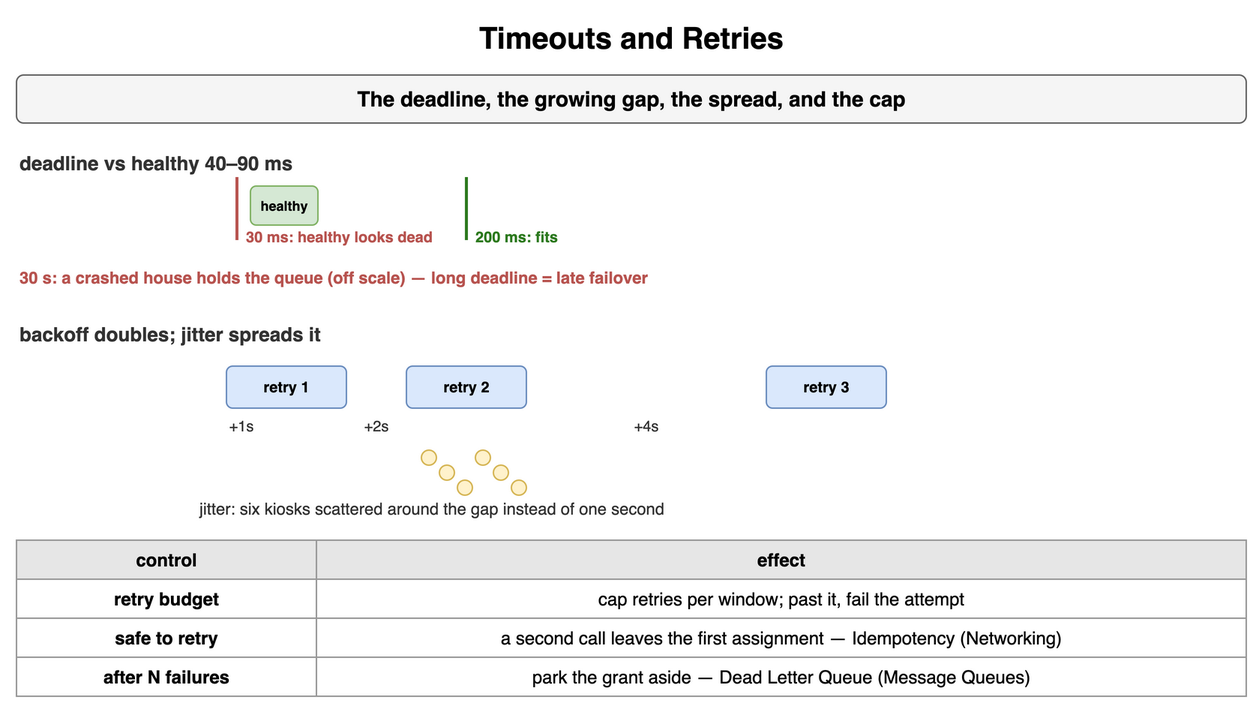
This is content/09_System_Design_Interview/15_Distributed_System_Failure_Modes/diagrams/failure-modes-3-timeouts-and-retries.png from amendez13/swe-study-guide, a draw.io export, as it was before one commit. Source tidied: cells renumbered, new cells last; positions are measured from the earlier drawing's top-left corner, leaving out a move shared by most shapes. Source of this version:
```xml
<mxGraphModel>
  <root>
    <mxCell id="0" />
    <mxCell id="1" parent="0" />
    <mxCell id="2" value="Timeouts and Retries" style="text;html=1;align=center;verticalAlign=middle;whiteSpace=wrap;fontSize=20;fontStyle=1;" parent="1" vertex="1">
      <mxGeometry width="820" height="30" as="geometry" />
    </mxCell>
    <mxCell id="3" value="The deadline, the growing gap, the spread, and the cap" style="rounded=1;whiteSpace=wrap;html=1;fillColor=#f5f5f5;strokeColor=#666666;fontStyle=1;fontSize=14;" parent="1" vertex="1">
      <mxGeometry y="40" width="820" height="32" as="geometry" />
    </mxCell>
    <mxCell id="4" value="deadline vs healthy 40–90 ms" style="text;html=1;whiteSpace=wrap;fontSize=11;align=left;verticalAlign=middle;fontSize=13;fontColor=#333333;fontStyle=1;" parent="1" vertex="1">
      <mxGeometry y="90" width="400" height="18" as="geometry" />
    </mxCell>
    <mxCell id="5" value="healthy" style="rounded=1;whiteSpace=wrap;html=1;fillColor=#d5e8d4;strokeColor=#82b366;fontSize=9;align=center;fontStyle=1;" parent="1" vertex="1">
      <mxGeometry x="156" y="114" width="45" height="26" as="geometry" />
    </mxCell>
    <mxCell id="6" style="endArrow=none;html=1;strokeColor=#b85450;strokeWidth=2;" parent="1" edge="1">
      <mxGeometry relative="1" as="geometry">
        <mxPoint x="147" y="108" as="sourcePoint" />
        <mxPoint x="147" y="150" as="targetPoint" />
      </mxGeometry>
    </mxCell>
    <mxCell id="7" value="30 ms: healthy looks dead" style="text;html=1;whiteSpace=wrap;fontSize=11;align=left;verticalAlign=middle;fontSize=10;fontColor=#b85450;fontStyle=1;" parent="1" vertex="1">
      <mxGeometry x="151" y="140" width="200" height="16" as="geometry" />
    </mxCell>
    <mxCell id="8" style="endArrow=none;html=1;strokeColor=#2d7a1f;strokeWidth=2;" parent="1" edge="1">
      <mxGeometry relative="1" as="geometry">
        <mxPoint x="300" y="108" as="sourcePoint" />
        <mxPoint x="300" y="150" as="targetPoint" />
      </mxGeometry>
    </mxCell>
    <mxCell id="9" value="200 ms: fits" style="text;html=1;whiteSpace=wrap;fontSize=11;align=left;verticalAlign=middle;fontSize=10;fontColor=#2d7a1f;fontStyle=1;" parent="1" vertex="1">
      <mxGeometry x="304" y="140" width="200" height="16" as="geometry" />
    </mxCell>
    <mxCell id="10" value="30 s: a crashed house holds the queue (off scale) — long deadline = late failover" style="text;html=1;whiteSpace=wrap;fontSize=11;align=left;verticalAlign=middle;fontSize=11;fontColor=#b85450;fontStyle=1;" parent="1" vertex="1">
      <mxGeometry y="166" width="820" height="18" as="geometry" />
    </mxCell>
    <mxCell id="11" value="backoff doubles; jitter spreads it" style="text;html=1;whiteSpace=wrap;fontSize=11;align=left;verticalAlign=middle;fontSize=13;fontColor=#333333;fontStyle=1;" parent="1" vertex="1">
      <mxGeometry y="204" width="400" height="18" as="geometry" />
    </mxCell>
    <mxCell id="12" value="retry 1" style="rounded=1;whiteSpace=wrap;html=1;fillColor=#dae8fc;strokeColor=#6c8ebf;fontSize=10;align=center;fontStyle=1;" parent="1" vertex="1">
      <mxGeometry x="140" y="234" width="80" height="28" as="geometry" />
    </mxCell>
    <mxCell id="13" value="+1s" style="text;html=1;whiteSpace=wrap;fontSize=11;align=center;verticalAlign=middle;fontSize=10;fontColor=#333333;" parent="1" vertex="1">
      <mxGeometry x="120" y="266" width="60" height="16" as="geometry" />
    </mxCell>
    <mxCell id="14" value="retry 2" style="rounded=1;whiteSpace=wrap;html=1;fillColor=#dae8fc;strokeColor=#6c8ebf;fontSize=10;align=center;fontStyle=1;" parent="1" vertex="1">
      <mxGeometry x="260" y="234" width="80" height="28" as="geometry" />
    </mxCell>
    <mxCell id="15" value="+2s" style="text;html=1;whiteSpace=wrap;fontSize=11;align=center;verticalAlign=middle;fontSize=10;fontColor=#333333;" parent="1" vertex="1">
      <mxGeometry x="180" y="266" width="120" height="16" as="geometry" />
    </mxCell>
    <mxCell id="16" value="retry 3" style="rounded=1;whiteSpace=wrap;html=1;fillColor=#dae8fc;strokeColor=#6c8ebf;fontSize=10;align=center;fontStyle=1;" parent="1" vertex="1">
      <mxGeometry x="500" y="234" width="80" height="28" as="geometry" />
    </mxCell>
    <mxCell id="17" value="+4s" style="text;html=1;whiteSpace=wrap;fontSize=11;align=center;verticalAlign=middle;fontSize=10;fontColor=#333333;" parent="1" vertex="1">
      <mxGeometry x="300" y="266" width="240" height="16" as="geometry" />
    </mxCell>
    <mxCell id="18" style="ellipse;whiteSpace=wrap;html=1;fontStyle=1;fontSize=12;fontFamily=Courier New;fillColor=#fff2cc;strokeColor=#d6b656;" parent="1" vertex="1">
      <mxGeometry x="270" y="290" width="10" height="10" as="geometry" />
    </mxCell>
    <mxCell id="19" style="ellipse;whiteSpace=wrap;html=1;fontStyle=1;fontSize=12;fontFamily=Courier New;fillColor=#fff2cc;strokeColor=#d6b656;" parent="1" vertex="1">
      <mxGeometry x="282" y="300" width="10" height="10" as="geometry" />
    </mxCell>
    <mxCell id="20" style="ellipse;whiteSpace=wrap;html=1;fontStyle=1;fontSize=12;fontFamily=Courier New;fillColor=#fff2cc;strokeColor=#d6b656;" parent="1" vertex="1">
      <mxGeometry x="294" y="310" width="10" height="10" as="geometry" />
    </mxCell>
    <mxCell id="21" style="ellipse;whiteSpace=wrap;html=1;fontStyle=1;fontSize=12;fontFamily=Courier New;fillColor=#fff2cc;strokeColor=#d6b656;" parent="1" vertex="1">
      <mxGeometry x="306" y="290" width="10" height="10" as="geometry" />
    </mxCell>
    <mxCell id="22" style="ellipse;whiteSpace=wrap;html=1;fontStyle=1;fontSize=12;fontFamily=Courier New;fillColor=#fff2cc;strokeColor=#d6b656;" parent="1" vertex="1">
      <mxGeometry x="318" y="300" width="10" height="10" as="geometry" />
    </mxCell>
    <mxCell id="23" style="ellipse;whiteSpace=wrap;html=1;fontStyle=1;fontSize=12;fontFamily=Courier New;fillColor=#fff2cc;strokeColor=#d6b656;" parent="1" vertex="1">
      <mxGeometry x="330" y="310" width="10" height="10" as="geometry" />
    </mxCell>
    <mxCell id="24" value="jitter: six kiosks scattered around the gap instead of one second" style="text;html=1;whiteSpace=wrap;fontSize=11;align=left;verticalAlign=middle;fontSize=11;fontColor=#333333;" parent="1" vertex="1">
      <mxGeometry x="120" y="320" width="500" height="18" as="geometry" />
    </mxCell>
    <mxCell id="25" value="control" style="whiteSpace=wrap;html=1;fillColor=#e6e6e6;strokeColor=#999999;fontStyle=1;fontSize=12;" parent="1" vertex="1">
      <mxGeometry y="350" width="200" height="26" as="geometry" />
    </mxCell>
    <mxCell id="26" value="effect" style="whiteSpace=wrap;html=1;fillColor=#e6e6e6;strokeColor=#999999;fontStyle=1;fontSize=12;" parent="1" vertex="1">
      <mxGeometry x="200" y="350" width="620" height="26" as="geometry" />
    </mxCell>
    <mxCell id="27" value="retry budget" style="whiteSpace=wrap;html=1;strokeColor=#999999;fontSize=12;fillColor=#ffffff;fontStyle=1;" parent="1" vertex="1">
      <mxGeometry y="376" width="200" height="26" as="geometry" />
    </mxCell>
    <mxCell id="28" value="cap retries per window; past it, fail the attempt" style="whiteSpace=wrap;html=1;strokeColor=#999999;fontSize=12;fillColor=#ffffff;" parent="1" vertex="1">
      <mxGeometry x="200" y="376" width="620" height="26" as="geometry" />
    </mxCell>
    <mxCell id="29" value="safe to retry" style="whiteSpace=wrap;html=1;strokeColor=#999999;fontSize=12;fillColor=#ffffff;fontStyle=1;" parent="1" vertex="1">
      <mxGeometry y="402" width="200" height="26" as="geometry" />
    </mxCell>
    <mxCell id="30" value="a second call leaves the first assignment — Idempotency (Networking)" style="whiteSpace=wrap;html=1;strokeColor=#999999;fontSize=12;fillColor=#ffffff;" parent="1" vertex="1">
      <mxGeometry x="200" y="402" width="620" height="26" as="geometry" />
    </mxCell>
    <mxCell id="31" value="after N failures" style="whiteSpace=wrap;html=1;strokeColor=#999999;fontSize=12;fillColor=#ffffff;fontStyle=1;" parent="1" vertex="1">
      <mxGeometry y="428" width="200" height="26" as="geometry" />
    </mxCell>
    <mxCell id="32" value="park the grant aside — Dead Letter Queue (Message Queues)" style="whiteSpace=wrap;html=1;strokeColor=#999999;fontSize=12;fillColor=#ffffff;" parent="1" vertex="1">
      <mxGeometry x="200" y="428" width="620" height="26" as="geometry" />
    </mxCell>
  </root>
</mxGraphModel>
```
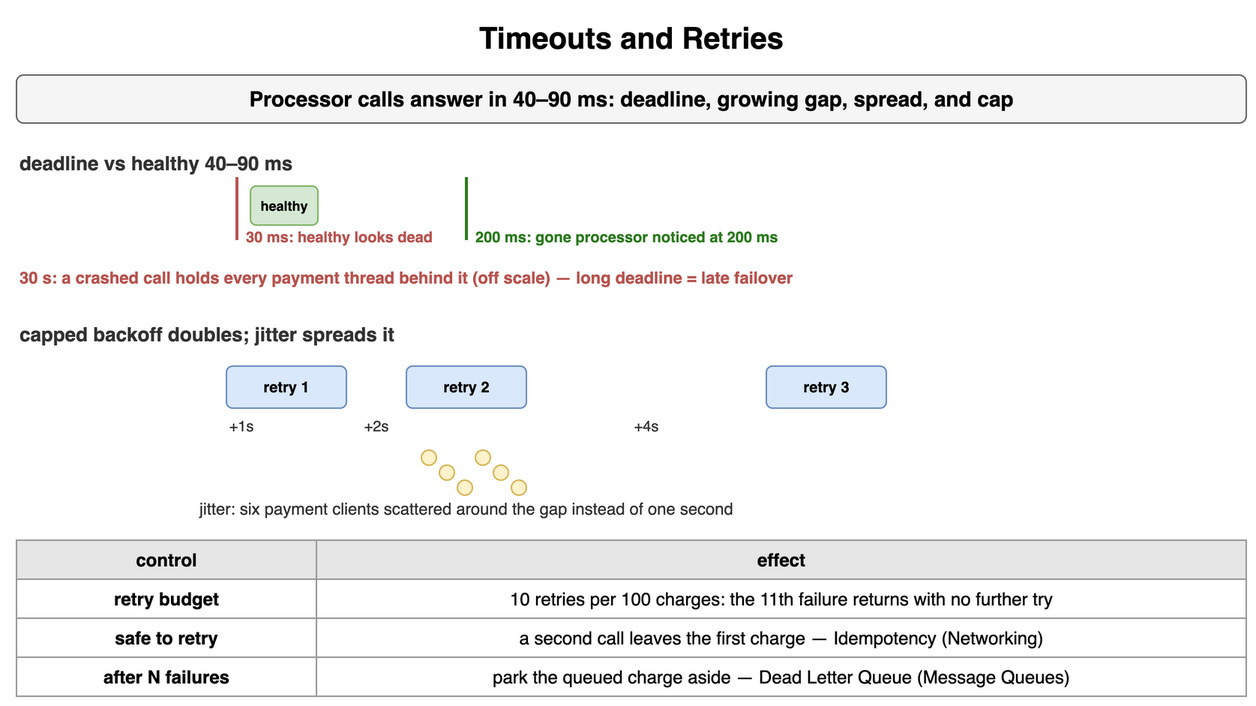
The same diagram one commit later.

What changed in the source:
```diff
@@ -5,7 +5,7 @@
     <mxCell id="2" value="Timeouts and Retries" style="text;html=1;align=center;verticalAlign=middle;whiteSpace=wrap;fontSize=20;fontStyle=1;" parent="1" vertex="1">
       <mxGeometry width="820" height="30" as="geometry" />
     </mxCell>
-    <mxCell id="3" value="The deadline, the growing gap, the spread, and the cap" style="rounded=1;whiteSpace=wrap;html=1;fillColor=#f5f5f5;strokeColor=#666666;fontStyle=1;fontSize=14;" parent="1" vertex="1">
+    <mxCell id="3" value="Processor calls answer in 40–90 ms: deadline, growing gap, spread, and cap" style="rounded=1;whiteSpace=wrap;html=1;fillColor=#f5f5f5;strokeColor=#666666;fontStyle=1;fontSize=14;" parent="1" vertex="1">
       <mxGeometry y="40" width="820" height="32" as="geometry" />
     </mxCell>
     <mxCell id="4" value="deadline vs healthy 40–90 ms" style="text;html=1;whiteSpace=wrap;fontSize=11;align=left;verticalAlign=middle;fontSize=13;fontColor=#333333;fontStyle=1;" parent="1" vertex="1">
@@ -21,7 +21,7 @@
       </mxGeometry>
     </mxCell>
     <mxCell id="7" value="30 ms: healthy looks dead" style="text;html=1;whiteSpace=wrap;fontSize=11;align=left;verticalAlign=middle;fontSize=10;fontColor=#b85450;fontStyle=1;" parent="1" vertex="1">
-      <mxGeometry x="151" y="140" width="200" height="16" as="geometry" />
+      <mxGeometry x="151" y="140" width="300" height="16" as="geometry" />
     </mxCell>
     <mxCell id="8" style="endArrow=none;html=1;strokeColor=#2d7a1f;strokeWidth=2;" parent="1" edge="1">
       <mxGeometry relative="1" as="geometry">
@@ -29,13 +29,13 @@
         <mxPoint x="300" y="150" as="targetPoint" />
       </mxGeometry>
     </mxCell>
-    <mxCell id="9" value="200 ms: fits" style="text;html=1;whiteSpace=wrap;fontSize=11;align=left;verticalAlign=middle;fontSize=10;fontColor=#2d7a1f;fontStyle=1;" parent="1" vertex="1">
-      <mxGeometry x="304" y="140" width="200" height="16" as="geometry" />
+    <mxCell id="9" value="200 ms: gone processor noticed at 200 ms" style="text;html=1;whiteSpace=wrap;fontSize=11;align=left;verticalAlign=middle;fontSize=10;fontColor=#2d7a1f;fontStyle=1;" parent="1" vertex="1">
+      <mxGeometry x="304" y="140" width="300" height="16" as="geometry" />
     </mxCell>
-    <mxCell id="10" value="30 s: a crashed house holds the queue (off scale) — long deadline = late failover" style="text;html=1;whiteSpace=wrap;fontSize=11;align=left;verticalAlign=middle;fontSize=11;fontColor=#b85450;fontStyle=1;" parent="1" vertex="1">
+    <mxCell id="10" value="30 s: a crashed call holds every payment thread behind it (off scale) — long deadline = late failover" style="text;html=1;whiteSpace=wrap;fontSize=11;align=left;verticalAlign=middle;fontSize=11;fontColor=#b85450;fontStyle=1;" parent="1" vertex="1">
       <mxGeometry y="166" width="820" height="18" as="geometry" />
     </mxCell>
-    <mxCell id="11" value="backoff doubles; jitter spreads it" style="text;html=1;whiteSpace=wrap;fontSize=11;align=left;verticalAlign=middle;fontSize=13;fontColor=#333333;fontStyle=1;" parent="1" vertex="1">
+    <mxCell id="11" value="capped backoff doubles; jitter spreads it" style="text;html=1;whiteSpace=wrap;fontSize=11;align=left;verticalAlign=middle;fontSize=13;fontColor=#333333;fontStyle=1;" parent="1" vertex="1">
       <mxGeometry y="204" width="400" height="18" as="geometry" />
     </mxCell>
     <mxCell id="12" value="retry 1" style="rounded=1;whiteSpace=wrap;html=1;fillColor=#dae8fc;strokeColor=#6c8ebf;fontSize=10;align=center;fontStyle=1;" parent="1" vertex="1">
@@ -74,8 +74,8 @@
     <mxCell id="23" style="ellipse;whiteSpace=wrap;html=1;fontStyle=1;fontSize=12;fontFamily=Courier New;fillColor=#fff2cc;strokeColor=#d6b656;" parent="1" vertex="1">
       <mxGeometry x="330" y="310" width="10" height="10" as="geometry" />
     </mxCell>
-    <mxCell id="24" value="jitter: six kiosks scattered around the gap instead of one second" style="text;html=1;whiteSpace=wrap;fontSize=11;align=left;verticalAlign=middle;fontSize=11;fontColor=#333333;" parent="1" vertex="1">
-      <mxGeometry x="120" y="320" width="500" height="18" as="geometry" />
+    <mxCell id="24" value="jitter: six payment clients scattered around the gap instead of one second" style="text;html=1;whiteSpace=wrap;fontSize=11;align=left;verticalAlign=middle;fontSize=11;fontColor=#333333;" parent="1" vertex="1">
+      <mxGeometry x="120" y="320" width="600" height="18" as="geometry" />
     </mxCell>
     <mxCell id="25" value="control" style="whiteSpace=wrap;html=1;fillColor=#e6e6e6;strokeColor=#999999;fontStyle=1;fontSize=12;" parent="1" vertex="1">
       <mxGeometry y="350" width="200" height="26" as="geometry" />
@@ -86,19 +86,19 @@
     <mxCell id="27" value="retry budget" style="whiteSpace=wrap;html=1;strokeColor=#999999;fontSize=12;fillColor=#ffffff;fontStyle=1;" parent="1" vertex="1">
       <mxGeometry y="376" width="200" height="26" as="geometry" />
     </mxCell>
-    <mxCell id="28" value="cap retries per window; past it, fail the attempt" style="whiteSpace=wrap;html=1;strokeColor=#999999;fontSize=12;fillColor=#ffffff;" parent="1" vertex="1">
+    <mxCell id="28" value="10 retries per 100 charges: the 11th failure returns with no further try" style="whiteSpace=wrap;html=1;strokeColor=#999999;fontSize=12;fillColor=#ffffff;" parent="1" vertex="1">
       <mxGeometry x="200" y="376" width="620" height="26" as="geometry" />
     </mxCell>
     <mxCell id="29" value="safe to retry" style="whiteSpace=wrap;html=1;strokeColor=#999999;fontSize=12;fillColor=#ffffff;fontStyle=1;" parent="1" vertex="1">
       <mxGeometry y="402" width="200" height="26" as="geometry" />
     </mxCell>
-    <mxCell id="30" value="a second call leaves the first assignment — Idempotency (Networking)" style="whiteSpace=wrap;html=1;strokeColor=#999999;fontSize=12;fillColor=#ffffff;" parent="1" vertex="1">
+    <mxCell id="30" value="a second call leaves the first charge — Idempotency (Networking)" style="whiteSpace=wrap;html=1;strokeColor=#999999;fontSize=12;fillColor=#ffffff;" parent="1" vertex="1">
       <mxGeometry x="200" y="402" width="620" height="26" as="geometry" />
     </mxCell>
     <mxCell id="31" value="after N failures" style="whiteSpace=wrap;html=1;strokeColor=#999999;fontSize=12;fillColor=#ffffff;fontStyle=1;" parent="1" vertex="1">
       <mxGeometry y="428" width="200" height="26" as="geometry" />
     </mxCell>
-    <mxCell id="32" value="park the grant aside — Dead Letter Queue (Message Queues)" style="whiteSpace=wrap;html=1;strokeColor=#999999;fontSize=12;fillColor=#ffffff;" parent="1" vertex="1">
+    <mxCell id="32" value="park the queued charge aside — Dead Letter Queue (Message Queues)" style="whiteSpace=wrap;html=1;strokeColor=#999999;fontSize=12;fillColor=#ffffff;" parent="1" vertex="1">
       <mxGeometry x="200" y="428" width="620" height="26" as="geometry" />
     </mxCell>
   </root>
```
